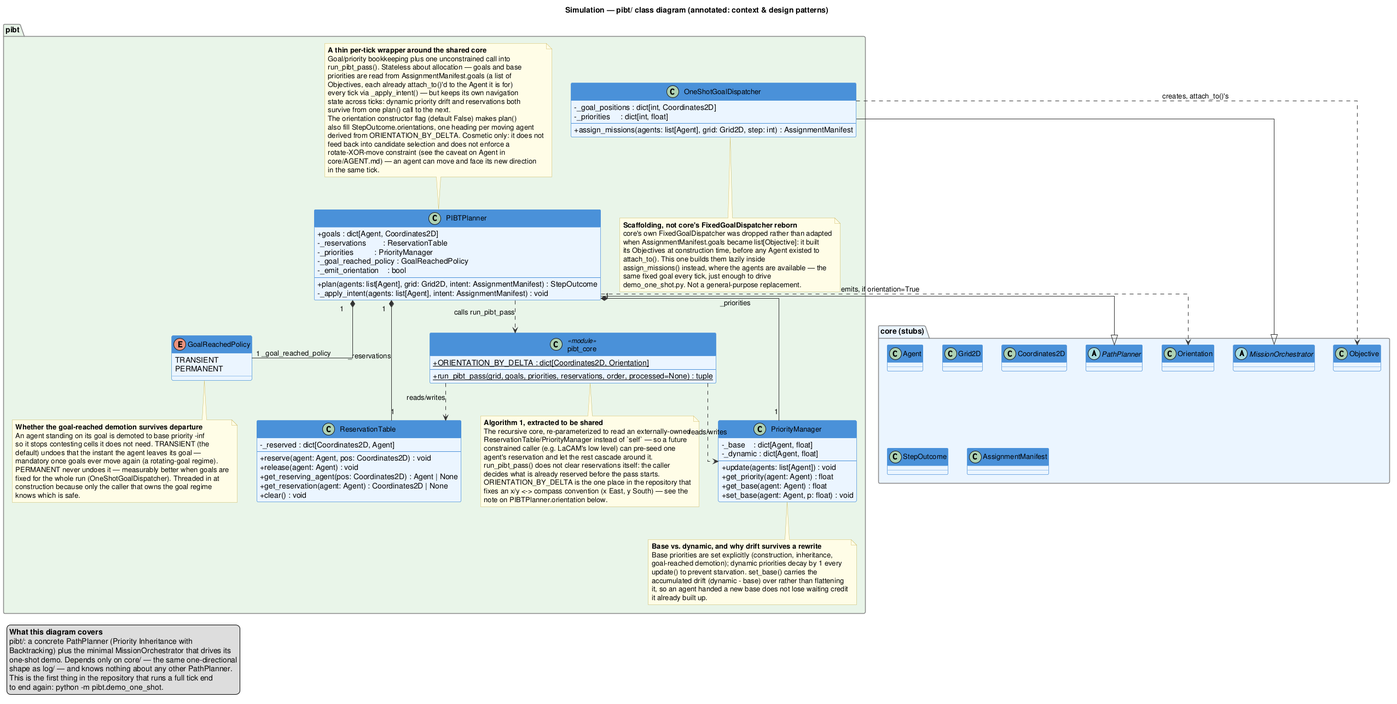
Earlier version of the PlantUML export diagrammes/Class_Diagram/Pibt/pibt_class_diagram_commente.png (RasdaCorentin/MAPF_Simulation).
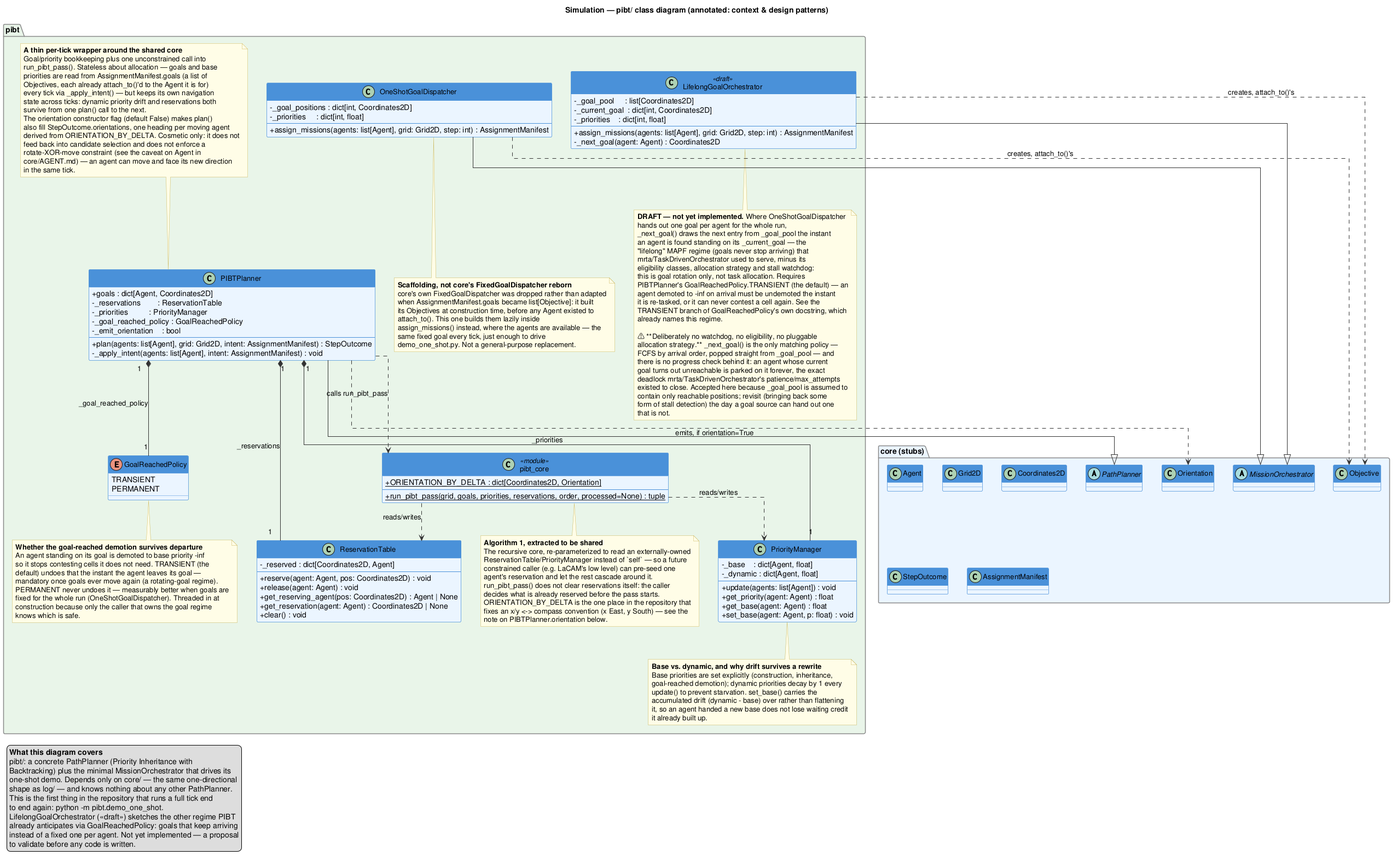
After the change.

Commit message:
docs(diagrams): sketch LifelongGoalOrchestrator on the pibt/ class diagram

Draft MissionOrchestrator for the lifelong MAPF regime: draws the next
goal from a rotating pool the instant an agent reaches its current one,
instead of OneShotGoalDispatcher's fixed goal for the whole run.
Deliberately scoped down from mrta/TaskDrivenOrchestrator (removed) —
no eligibility classes, no pluggable allocation strategy, no stall
watchdog — with that trade-off spelled out on the class note.

Diff of the diagram source:
```diff
@@ -135,11 +135,47 @@
       same fixed goal every tick, just enough to drive
       demo_one_shot.py. Not a general-purpose replacement.
     end note
+
+    class LifelongGoalOrchestrator <<draft>> {
+        - _goal_pool     : list[Coordinates2D]
+        - _current_goal  : dict[int, Coordinates2D]
+        - _priorities    : dict[int, float]
+        --
+        + assign_missions(agents: list[Agent], grid: Grid2D, step: int) : AssignmentManifest
+        - _next_goal(agent: Agent) : Coordinates2D
+    }
+    note bottom of LifelongGoalOrchestrator
+      **DRAFT — not yet implemented.** Where OneShotGoalDispatcher
+      hands out one goal per agent for the whole run,
+      _next_goal() draws the next entry from _goal_pool the instant
+      an agent is found standing on its _current_goal — the
+      "lifelong" MAPF regime (goals never stop arriving) that
+      mrta/TaskDrivenOrchestrator used to serve, minus its
+      eligibility classes, allocation strategy and stall watchdog:
+      this is goal rotation only, not task allocation. Requires
+      PIBTPlanner's GoalReachedPolicy.TRANSIENT (the default) — an
+      agent demoted to -inf on arrival must be undemoted the instant
+      it is re-tasked, or it can never contest a cell again. See the
+      TRANSIENT branch of GoalReachedPolicy's own docstring, which
+      already names this regime.
+
+      ⚠ **Deliberately no watchdog, no eligibility, no pluggable
+      allocation strategy.** _next_goal() is the only matching policy —
+      FCFS by arrival order, popped straight from _goal_pool — and
+      there is no progress check behind it: an agent whose current
+      goal turns out unreachable is parked on it forever, the exact
+      deadlock mrta/TaskDrivenOrchestrator's patience/max_attempts
+      existed to close. Accepted here because _goal_pool is assumed to
+      contain only reachable positions; revisit (bringing back some
+      form of stall detection) the day a goal source can hand out one
+      that is not.
+    end note
 }
 
 
 PIBTPlanner --|> PathPlanner
 OneShotGoalDispatcher --|> MissionOrchestrator
+LifelongGoalOrchestrator --|> MissionOrchestrator
 
 PIBTPlanner "1" *-- "1" ReservationTable : _reservations
 PIBTPlanner "1" *-- "1" PriorityManager  : _priorities
@@ -151,6 +187,7 @@
 
 PIBTPlanner ..> Orientation : «emits, if orientation=True»
 OneShotGoalDispatcher ..> Objective : «creates, attach_to()'s»
+LifelongGoalOrchestrator ..> Objective : «creates, attach_to()'s»
 
 legend bottom left
   **What this diagram covers**
@@ -160,6 +197,10 @@
   shape as log/ — and knows nothing about any other PathPlanner.
   This is the first thing in the repository that runs a full tick end
   to end again: python -m pibt.demo_one_shot.
+  LifelongGoalOrchestrator (<<draft>>) sketches the other regime PIBT
+  already anticipates via GoalReachedPolicy: goals that keep arriving
+  instead of a fixed one per agent. Not yet implemented — a proposal
+  to validate before any code is written.
 end legend
 
 @enduml
```
